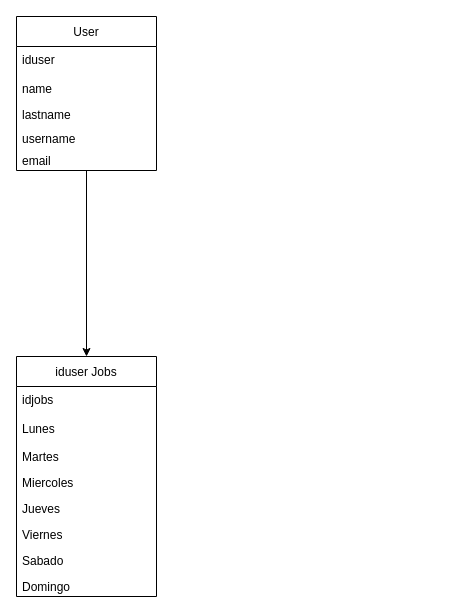
This is Database_Desing.drawio from anferneeabril/Assigment-app, a draw.io file, before an edit. Source tidied: cells renumbered, new cells numbered last; positions are measured from the earlier drawing's top-left corner, leaving out a move shared by most shapes. Both pictures are drawn from the tidied source at 100%, with x=0, y=0 at pixel (16, 16).
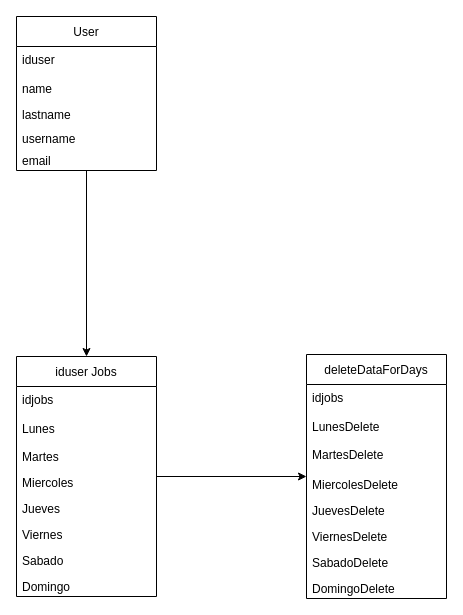
The same page after the edit.

Commit message (it also covers changes not shown here):
System Desing update

Unchanged cells that the change refers to:
```xml
<mxCell id="3" value="iduser Jobs" style="swimlane;fontStyle=0;horizontal=1;startSize=30;fillColor=none;" parent="1" vertex="1">
  <mxGeometry y="340" width="140" height="240" as="geometry" />
</mxCell>
```

What changed in the source:
```diff
@@
+    <mxCell id="18" style="edgeStyle=orthogonalEdgeStyle;curved=0;rounded=1;sketch=0;jettySize=auto;html=1;" parent="1" edge="1" source="3" target="19">
+      <mxGeometry relative="1" as="geometry" />
+    </mxCell>
@@
+    <mxCell id="19" value="deleteDataForDays" style="swimlane;fontStyle=0;horizontal=1;startSize=30;fillColor=none;" parent="1" vertex="1">
+      <mxGeometry x="290" y="338" width="140" height="244" as="geometry" />
+    </mxCell>
+    <mxCell id="20" value="idjobs" style="text;strokeColor=none;fillColor=none;align=left;verticalAlign=top;spacingLeft=4;spacingRight=4;overflow=hidden;" parent="19" vertex="1">
+      <mxGeometry y="30" width="140" height="26" as="geometry" />
+    </mxCell>
+    <mxCell id="21" value="LunesDelete" style="text;strokeColor=none;fillColor=none;align=left;verticalAlign=bottom;spacingLeft=4;spacingRight=4;overflow=hidden;" parent="19" vertex="1">
+      <mxGeometry y="56" width="140" height="26" as="geometry" />
+    </mxCell>
+    <mxCell id="22" value="MartesDelete" style="text;strokeColor=none;fillColor=none;align=left;verticalAlign=bottom;spacingLeft=4;spacingRight=4;overflow=hidden;" parent="19" vertex="1">
+      <mxGeometry y="82" width="140" height="28" as="geometry" />
+    </mxCell>
+    <mxCell id="23" value="MiercolesDelete" style="text;strokeColor=none;fillColor=none;align=left;verticalAlign=bottom;spacingLeft=4;spacingRight=4;overflow=hidden;" parent="19" vertex="1">
+      <mxGeometry y="110" width="140" height="30" as="geometry" />
+    </mxCell>
+    <mxCell id="24" value="JuevesDelete" style="text;strokeColor=none;fillColor=none;align=left;verticalAlign=bottom;spacingLeft=4;spacingRight=4;overflow=hidden;" parent="19" vertex="1">
+      <mxGeometry y="140" width="140" height="26" as="geometry" />
+    </mxCell>
+    <mxCell id="25" value="ViernesDelete" style="text;strokeColor=none;fillColor=none;align=left;verticalAlign=bottom;spacingLeft=4;spacingRight=4;overflow=hidden;" parent="19" vertex="1">
+      <mxGeometry y="166" width="140" height="26" as="geometry" />
+    </mxCell>
+    <mxCell id="26" value="SabadoDelete" style="text;strokeColor=none;fillColor=none;align=left;verticalAlign=bottom;spacingLeft=4;spacingRight=4;overflow=hidden;" parent="19" vertex="1">
+      <mxGeometry y="192" width="140" height="26" as="geometry" />
+    </mxCell>
+    <mxCell id="27" value="DomingoDelete" style="text;strokeColor=none;fillColor=none;align=left;verticalAlign=bottom;spacingLeft=4;spacingRight=4;overflow=hidden;" parent="19" vertex="1">
+      <mxGeometry y="218" width="140" height="26" as="geometry" />
+    </mxCell>
```
